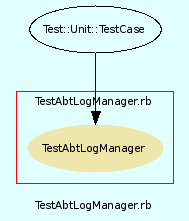
The Graphviz diagram src/trunk/doc/dot/f_11.png in eschabell/abtlinux, before a commit. Its source is kept beside it as src/trunk/doc/dot/f_11.dot.
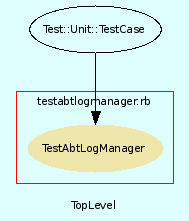
After the change.

Change to the diagram source:
```diff
@@ -3,7 +3,7 @@
     bgcolor = lightcyan1
     fontname = Arial
     fontsize = 8
-    label = "TestAbtLogManager.rb"
+    label = "TopLevel"
     node [
         fontname = Arial,
         fontsize = 8,
@@ -13,7 +13,7 @@
     subgraph cluster_12 {
         fontname = Arial
         color = red
-        label = "TestAbtLogManager.rb"
+        label = "testabtlogmanager.rb"
         TestAbtLogManager [
             fontcolor = black,
             URL = "classes/TestAbtLogManager.html",
```
